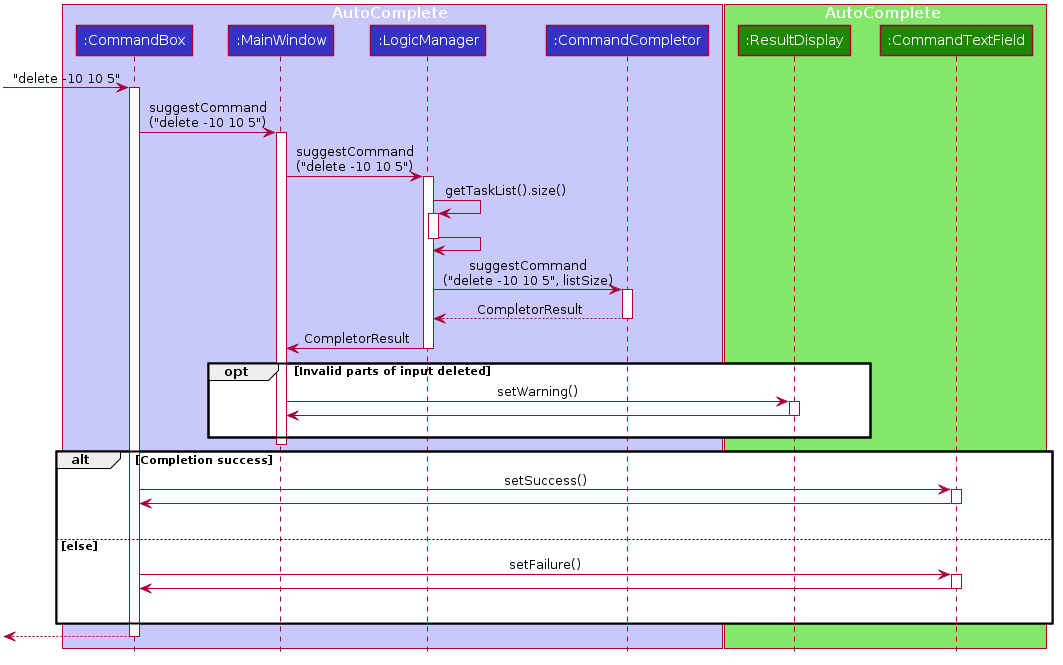
This is docs/images/ACSequenceDiagram.png from nus-cs2103-AY1920S2/addressbook-level3, a PlantUML export, as it was before one commit.
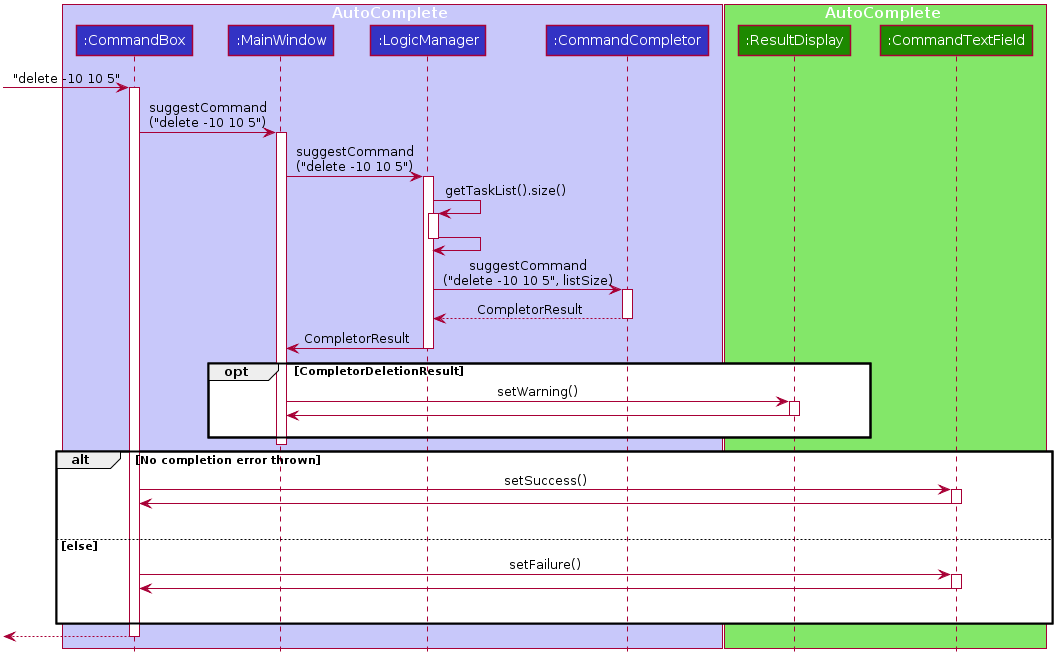
After the change.

Diff of the diagram source:
```diff
@@ -84,7 +84,7 @@
 LogicManager -> MainWindow: CompletorResult
 deactivate LogicManager
 
-opt Invalid parts of input deleted
+opt CompletorDeletionResult
     MainWindow -> ResultDisplay: setWarning()
     activate ResultDisplay
     ResultDisplay -> MainWindow
@@ -94,7 +94,7 @@
 
 deactivate MainWindow
 
-alt Completion success
+alt No completion error thrown
     CommandBox -> CommandTextField: setSuccess()
     activate CommandTextField
     CommandTextField -> CommandBox
```
